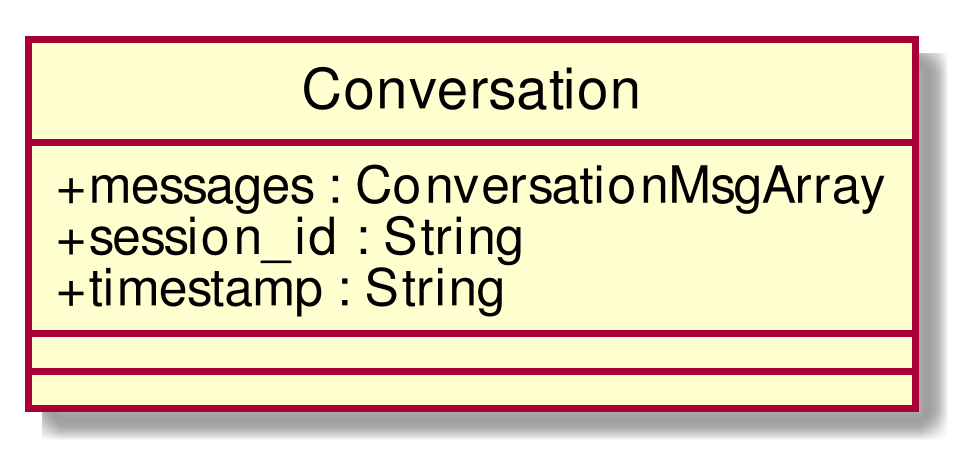
Before: RP/Esterni/DefinizioneDiProdotto/images/ClassConversation.png, a diagram exported from PlantUML (CoCodeSWE/Docs). Its diagram source:
```plantuml
@startuml
scale 1000*1000
skinparam classAttributeIconSize 0
class Conversation{
+ messages : ConversationMsgArray
+ session_id : String
+ timestamp : String
__
__

}
hide circle
@enduml
```
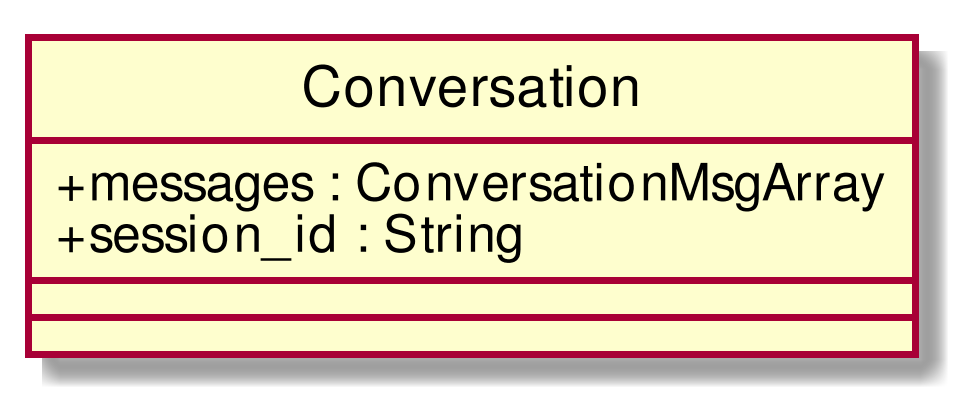
The same file after the commit.

Change to the diagram source:
```diff
@@ -4,7 +4,6 @@
 class Conversation{
 + messages : ConversationMsgArray
 + session_id : String
-+ timestamp : String
 __
 __
 
```
